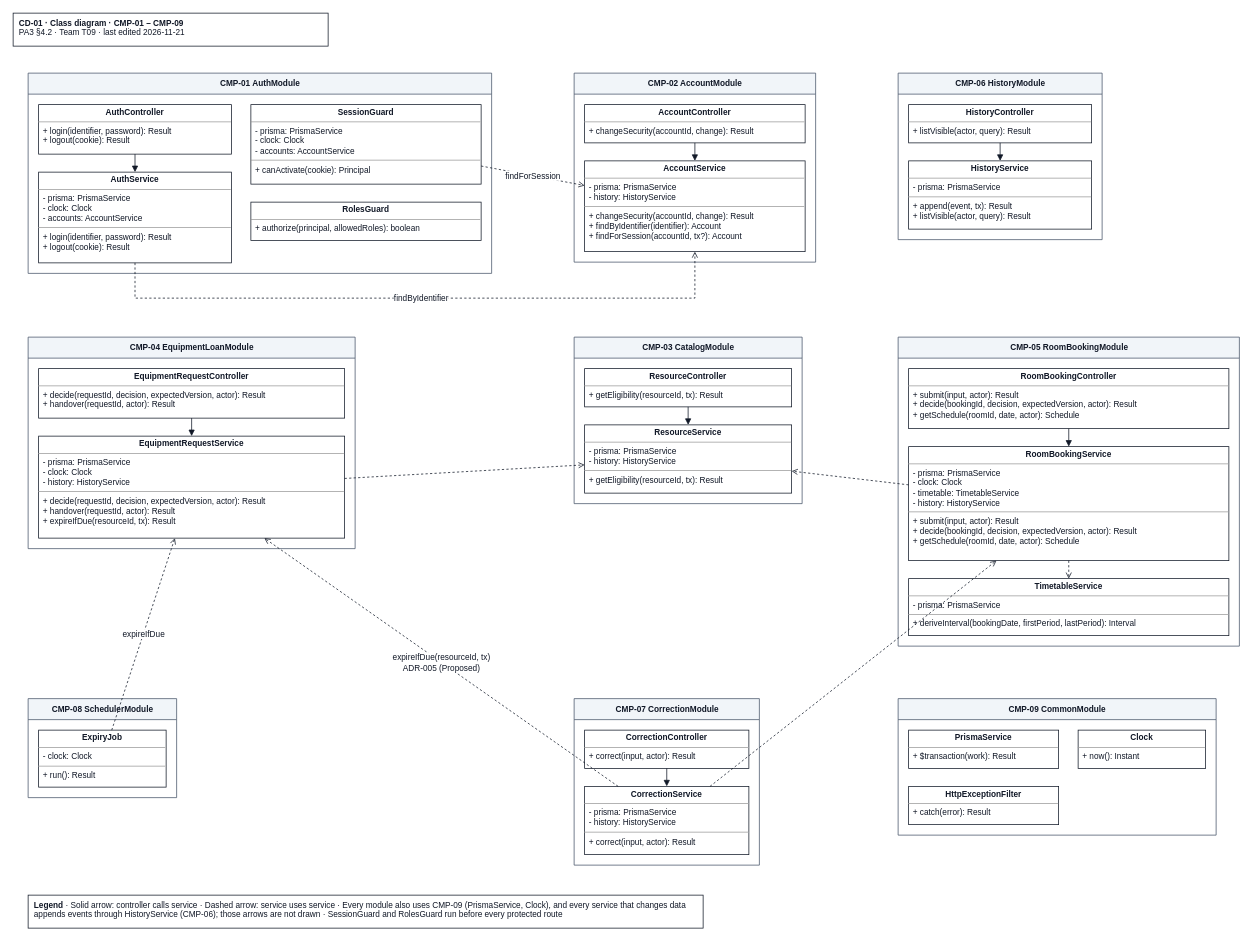
JuliaTrang/T09-CampusBorrow keeps this draw.io diagram as docs/design/diagrams/CD-01_component-classes.drawio. Above is the earlier version. Source tidied: cells renumbered, new cells numbered last; positions are measured from the earlier drawing's top-left corner, leaving out a move shared by most shapes. Both pictures are drawn from the tidied source at 75%, with x=0, y=0 at pixel (13, 13).
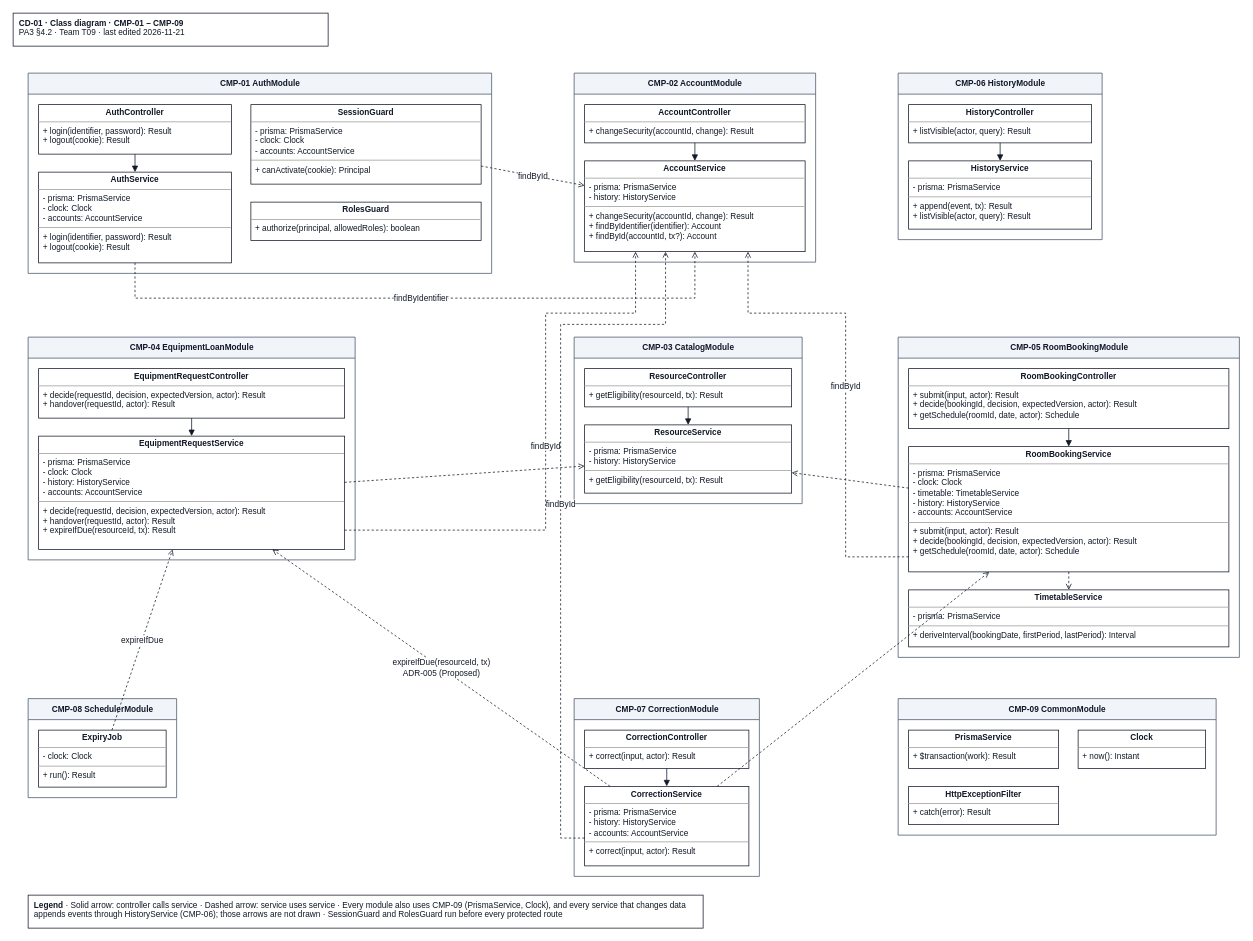
Above is the later version.

Unchanged cells that the change refers to:
```xml
<mxCell id="6" value="&lt;p style=&quot;margin:0px;margin-top:4px;text-align:center;&quot;&gt;&lt;b&gt;SessionGuard&lt;/b&gt;&lt;/p&gt;&lt;hr size=&quot;1&quot;/&gt;&lt;p style=&quot;margin:0px;margin-left:6px;&quot;&gt;- prisma: PrismaService&lt;br&gt;- clock: Clock&lt;br&gt;- accounts: AccountService&lt;/p&gt;&lt;hr size=&quot;1&quot;/&gt;&lt;p style=&quot;margin:0px;margin-left:6px;&quot;&gt;+ canActivate(cookie): Principal&lt;/p&gt;" style="verticalAlign=top;align=left;overflow=fill;html=1;whiteSpace=wrap;rounded=0;strokeColor=#111827;fillColor=#ffffff;fontFamily=Arial;fontSize=11;fontColor=#111827;" parent="3" vertex="1">
  <mxGeometry x="297" y="42" width="307" height="106" as="geometry" />
</mxCell>
<mxCell id="8" value="CMP-02 AccountModule" style="swimlane;startSize=28;html=1;horizontal=1;fillColor=#f1f5f9;strokeColor=#475569;fontStyle=1;rounded=0;fontFamily=Arial;fontSize=11;fontColor=#111827;" parent="1" vertex="1">
  <mxGeometry x="748" y="80" width="322" height="252" as="geometry" />
</mxCell>
```

What changed in the source:
```diff
@@
-    <mxCell id="10" value="&lt;p style=&quot;margin:0px;margin-top:4px;text-align:center;&quot;&gt;&lt;b&gt;AccountService&lt;/b&gt;&lt;/p&gt;&lt;hr size=&quot;1&quot;/&gt;&lt;p style=&quot;margin:0px;margin-left:6px;&quot;&gt;- prisma: PrismaService&lt;br&gt;- history: HistoryService&lt;/p&gt;&lt;hr size=&quot;1&quot;/&gt;&lt;p style=&quot;margin:0px;margin-left:6px;&quot;&gt;+ changeSecurity(accountId, change): Result&lt;br&gt;+ findByIdentifier(identifier): Account&lt;br&gt;+ findForSession(accountId, tx?): Account&lt;/p&gt;" style="verticalAlign=top;align=left;overflow=fill;html=1;whiteSpace=wrap;rounded=0;strokeColor=#111827;fillColor=#ffffff;fontFamily=Arial;fontSize=11;fontColor=#111827;" parent="8" vertex="1">
+    <mxCell id="10" value="&lt;p style=&quot;margin:0px;margin-top:4px;text-align:center;&quot;&gt;&lt;b&gt;AccountService&lt;/b&gt;&lt;/p&gt;&lt;hr size=&quot;1&quot;/&gt;&lt;p style=&quot;margin:0px;margin-left:6px;&quot;&gt;- prisma: PrismaService&lt;br&gt;- history: HistoryService&lt;/p&gt;&lt;hr size=&quot;1&quot;/&gt;&lt;p style=&quot;margin:0px;margin-left:6px;&quot;&gt;+ changeSecurity(accountId, change): Result&lt;br&gt;+ findByIdentifier(identifier): Account&lt;br&gt;+ findById(accountId, tx?): Account&lt;/p&gt;" style="verticalAlign=top;align=left;overflow=fill;html=1;whiteSpace=wrap;rounded=0;strokeColor=#111827;fillColor=#ffffff;fontFamily=Arial;fontSize=11;fontColor=#111827;" parent="8" vertex="1">
       <mxGeometry x="14" y="117" width="294" height="121" as="geometry" />
     </mxCell>
@@
     <mxCell id="14" value="CMP-04 EquipmentLoanModule" style="swimlane;startSize=28;html=1;horizontal=1;fillColor=#f1f5f9;strokeColor=#475569;fontStyle=1;rounded=0;fontFamily=Arial;fontSize=11;fontColor=#111827;" parent="1" vertex="1">
-      <mxGeometry x="20" y="432" width="436" height="282" as="geometry" />
+      <mxGeometry x="20" y="432" width="436" height="297" as="geometry" />
     </mxCell>
@@
-    <mxCell id="16" value="&lt;p style=&quot;margin:0px;margin-top:4px;text-align:center;&quot;&gt;&lt;b&gt;EquipmentRequestService&lt;/b&gt;&lt;/p&gt;&lt;hr size=&quot;1&quot;/&gt;&lt;p style=&quot;margin:0px;margin-left:6px;&quot;&gt;- prisma: PrismaService&lt;br&gt;- clock: Clock&lt;br&gt;- history: HistoryService&lt;/p&gt;&lt;hr size=&quot;1&quot;/&gt;&lt;p style=&quot;margin:0px;margin-left:6px;&quot;&gt;+ decide(requestId, decision, expectedVersion, actor): Result&lt;br&gt;+ handover(requestId, actor): Result&lt;br&gt;+ expireIfDue(resourceId, tx): Result&lt;/p&gt;" style="verticalAlign=top;align=left;overflow=fill;html=1;whiteSpace=wrap;rounded=0;strokeColor=#111827;fillColor=#ffffff;fontFamily=Arial;fontSize=11;fontColor=#111827;" parent="14" vertex="1">
-      <mxGeometry x="14" y="132" width="408" height="136" as="geometry" />
+    <mxCell id="16" value="&lt;p style=&quot;margin:0px;margin-top:4px;text-align:center;&quot;&gt;&lt;b&gt;EquipmentRequestService&lt;/b&gt;&lt;/p&gt;&lt;hr size=&quot;1&quot;/&gt;&lt;p style=&quot;margin:0px;margin-left:6px;&quot;&gt;- prisma: PrismaService&lt;br&gt;- clock: Clock&lt;br&gt;- history: HistoryService&lt;br&gt;- accounts: AccountService&lt;/p&gt;&lt;hr size=&quot;1&quot;/&gt;&lt;p style=&quot;margin:0px;margin-left:6px;&quot;&gt;+ decide(requestId, decision, expectedVersion, actor): Result&lt;br&gt;+ handover(requestId, actor): Result&lt;br&gt;+ expireIfDue(resourceId, tx): Result&lt;/p&gt;" style="verticalAlign=top;align=left;overflow=fill;html=1;whiteSpace=wrap;rounded=0;strokeColor=#111827;fillColor=#ffffff;fontFamily=Arial;fontSize=11;fontColor=#111827;" parent="14" vertex="1">
+      <mxGeometry x="14" y="132" width="408" height="151" as="geometry" />
     </mxCell>
@@
     <mxCell id="20" value="CMP-05 RoomBookingModule" style="swimlane;startSize=28;html=1;horizontal=1;fillColor=#f1f5f9;strokeColor=#475569;fontStyle=1;rounded=0;fontFamily=Arial;fontSize=11;fontColor=#111827;" parent="1" vertex="1">
-      <mxGeometry x="1180" y="432" width="455" height="412" as="geometry" />
+      <mxGeometry x="1180" y="432" width="455" height="427" as="geometry" />
     </mxCell>
@@
-    <mxCell id="22" value="&lt;p style=&quot;margin:0px;margin-top:4px;text-align:center;&quot;&gt;&lt;b&gt;RoomBookingService&lt;/b&gt;&lt;/p&gt;&lt;hr size=&quot;1&quot;/&gt;&lt;p style=&quot;margin:0px;margin-left:6px;&quot;&gt;- prisma: PrismaService&lt;br&gt;- clock: Clock&lt;br&gt;- timetable: TimetableService&lt;br&gt;- history: HistoryService&lt;/p&gt;&lt;hr size=&quot;1&quot;/&gt;&lt;p style=&quot;margin:0px;margin-left:6px;&quot;&gt;+ submit(input, actor): Result&lt;br&gt;+ decide(bookingId, decision, expectedVersion, actor): Result&lt;br&gt;+ getSchedule(roomId, date, actor): Schedule&lt;/p&gt;" style="verticalAlign=top;align=left;overflow=fill;html=1;whiteSpace=wrap;rounded=0;strokeColor=#111827;fillColor=#ffffff;fontFamily=Arial;fontSize=11;fontColor=#111827;" parent="20" vertex="1">
-      <mxGeometry x="14" y="146" width="427" height="152" as="geometry" />
+    <mxCell id="22" value="&lt;p style=&quot;margin:0px;margin-top:4px;text-align:center;&quot;&gt;&lt;b&gt;RoomBookingService&lt;/b&gt;&lt;/p&gt;&lt;hr size=&quot;1&quot;/&gt;&lt;p style=&quot;margin:0px;margin-left:6px;&quot;&gt;- prisma: PrismaService&lt;br&gt;- clock: Clock&lt;br&gt;- timetable: TimetableService&lt;br&gt;- history: HistoryService&lt;br&gt;- accounts: AccountService&lt;/p&gt;&lt;hr size=&quot;1&quot;/&gt;&lt;p style=&quot;margin:0px;margin-left:6px;&quot;&gt;+ submit(input, actor): Result&lt;br&gt;+ decide(bookingId, decision, expectedVersion, actor): Result&lt;br&gt;+ getSchedule(roomId, date, actor): Schedule&lt;/p&gt;" style="verticalAlign=top;align=left;overflow=fill;html=1;whiteSpace=wrap;rounded=0;strokeColor=#111827;fillColor=#ffffff;fontFamily=Arial;fontSize=11;fontColor=#111827;" parent="20" vertex="1">
+      <mxGeometry x="14" y="146" width="427" height="167" as="geometry" />
     </mxCell>
     <mxCell id="23" value="&lt;p style=&quot;margin:0px;margin-top:4px;text-align:center;&quot;&gt;&lt;b&gt;TimetableService&lt;/b&gt;&lt;/p&gt;&lt;hr size=&quot;1&quot;/&gt;&lt;p style=&quot;margin:0px;margin-left:6px;&quot;&gt;- prisma: PrismaService&lt;/p&gt;&lt;hr size=&quot;1&quot;/&gt;&lt;p style=&quot;margin:0px;margin-left:6px;&quot;&gt;+ deriveInterval(bookingDate, firstPeriod, lastPeriod): Interval&lt;/p&gt;" style="verticalAlign=top;align=left;overflow=fill;html=1;whiteSpace=wrap;rounded=0;strokeColor=#111827;fillColor=#ffffff;fontFamily=Arial;fontSize=11;fontColor=#111827;" parent="20" vertex="1">
-      <mxGeometry x="14" y="322" width="427" height="76" as="geometry" />
+      <mxGeometry x="14" y="337" width="427" height="76" as="geometry" />
     </mxCell>
@@
     <mxCell id="26" value="CMP-07 CorrectionModule" style="swimlane;startSize=28;html=1;horizontal=1;fillColor=#f1f5f9;strokeColor=#475569;fontStyle=1;rounded=0;fontFamily=Arial;fontSize=11;fontColor=#111827;" parent="1" vertex="1">
-      <mxGeometry x="748" y="914" width="247" height="222" as="geometry" />
+      <mxGeometry x="748" y="914" width="247" height="237" as="geometry" />
     </mxCell>
@@
-    <mxCell id="28" value="&lt;p style=&quot;margin:0px;margin-top:4px;text-align:center;&quot;&gt;&lt;b&gt;CorrectionService&lt;/b&gt;&lt;/p&gt;&lt;hr size=&quot;1&quot;/&gt;&lt;p style=&quot;margin:0px;margin-left:6px;&quot;&gt;- prisma: PrismaService&lt;br&gt;- history: HistoryService&lt;/p&gt;&lt;hr size=&quot;1&quot;/&gt;&lt;p style=&quot;margin:0px;margin-left:6px;&quot;&gt;+ correct(input, actor): Result&lt;/p&gt;" style="verticalAlign=top;align=left;overflow=fill;html=1;whiteSpace=wrap;rounded=0;strokeColor=#111827;fillColor=#ffffff;fontFamily=Arial;fontSize=11;fontColor=#111827;" parent="26" vertex="1">
-      <mxGeometry x="14" y="117" width="219" height="91" as="geometry" />
+    <mxCell id="28" value="&lt;p style=&quot;margin:0px;margin-top:4px;text-align:center;&quot;&gt;&lt;b&gt;CorrectionService&lt;/b&gt;&lt;/p&gt;&lt;hr size=&quot;1&quot;/&gt;&lt;p style=&quot;margin:0px;margin-left:6px;&quot;&gt;- prisma: PrismaService&lt;br&gt;- history: HistoryService&lt;br&gt;- accounts: AccountService&lt;/p&gt;&lt;hr size=&quot;1&quot;/&gt;&lt;p style=&quot;margin:0px;margin-left:6px;&quot;&gt;+ correct(input, actor): Result&lt;/p&gt;" style="verticalAlign=top;align=left;overflow=fill;html=1;whiteSpace=wrap;rounded=0;strokeColor=#111827;fillColor=#ffffff;fontFamily=Arial;fontSize=11;fontColor=#111827;" parent="26" vertex="1">
+      <mxGeometry x="14" y="117" width="219" height="106" as="geometry" />
     </mxCell>
@@
-    <mxCell id="40" value="findForSession" style="rounded=0;html=1;endArrow=open;endFill=0;dashed=1;strokeColor=#111827;fontFamily=Arial;fontSize=11;fontColor=#111827;" parent="1" edge="1" source="6" target="10">
+    <mxCell id="40" value="findById" style="rounded=0;html=1;endArrow=open;endFill=0;dashed=1;strokeColor=#111827;fontFamily=Arial;fontSize=11;fontColor=#111827;" parent="1" edge="1" source="6" target="10">
       <mxGeometry relative="1" as="geometry" />
     </mxCell>
@@
+    <mxCell id="49" value="findById" style="rounded=0;html=1;endArrow=open;endFill=0;dashed=1;strokeColor=#111827;fontFamily=Arial;fontSize=11;fontColor=#111827;edgeStyle=orthogonalEdgeStyle;exitX=1;exitY=0.83;entryX=0.231;entryY=1;" parent="1" edge="1" source="16" target="10">
+      <mxGeometry relative="1" as="geometry">
+        <Array as="points">
+          <mxPoint x="710" y="690" />
+          <mxPoint x="710" y="400" />
+          <mxPoint x="830" y="400" />
+        </Array>
+      </mxGeometry>
+    </mxCell>
+    <mxCell id="50" value="findById" style="rounded=0;html=1;endArrow=open;endFill=0;dashed=1;strokeColor=#111827;fontFamily=Arial;fontSize=11;fontColor=#111827;edgeStyle=orthogonalEdgeStyle;exitX=0;exitY=0.88;entryX=0.741;entryY=1;" parent="1" edge="1" source="22" target="10">
+      <mxGeometry relative="1" as="geometry">
+        <Array as="points">
+          <mxPoint x="1110" y="725" />
+          <mxPoint x="1110" y="400" />
+          <mxPoint x="980" y="400" />
+        </Array>
+      </mxGeometry>
+    </mxCell>
+    <mxCell id="51" value="findById" style="rounded=0;html=1;endArrow=open;endFill=0;dashed=1;strokeColor=#111827;fontFamily=Arial;fontSize=11;fontColor=#111827;edgeStyle=orthogonalEdgeStyle;exitX=0;exitY=0.65;entryX=0.367;entryY=1;" parent="1" edge="1" source="28" target="10">
+      <mxGeometry relative="1" as="geometry">
+        <Array as="points">
+          <mxPoint x="730" y="1100" />
+          <mxPoint x="730" y="415" />
+          <mxPoint x="870" y="415" />
+        </Array>
+      </mxGeometry>
+    </mxCell>
```
